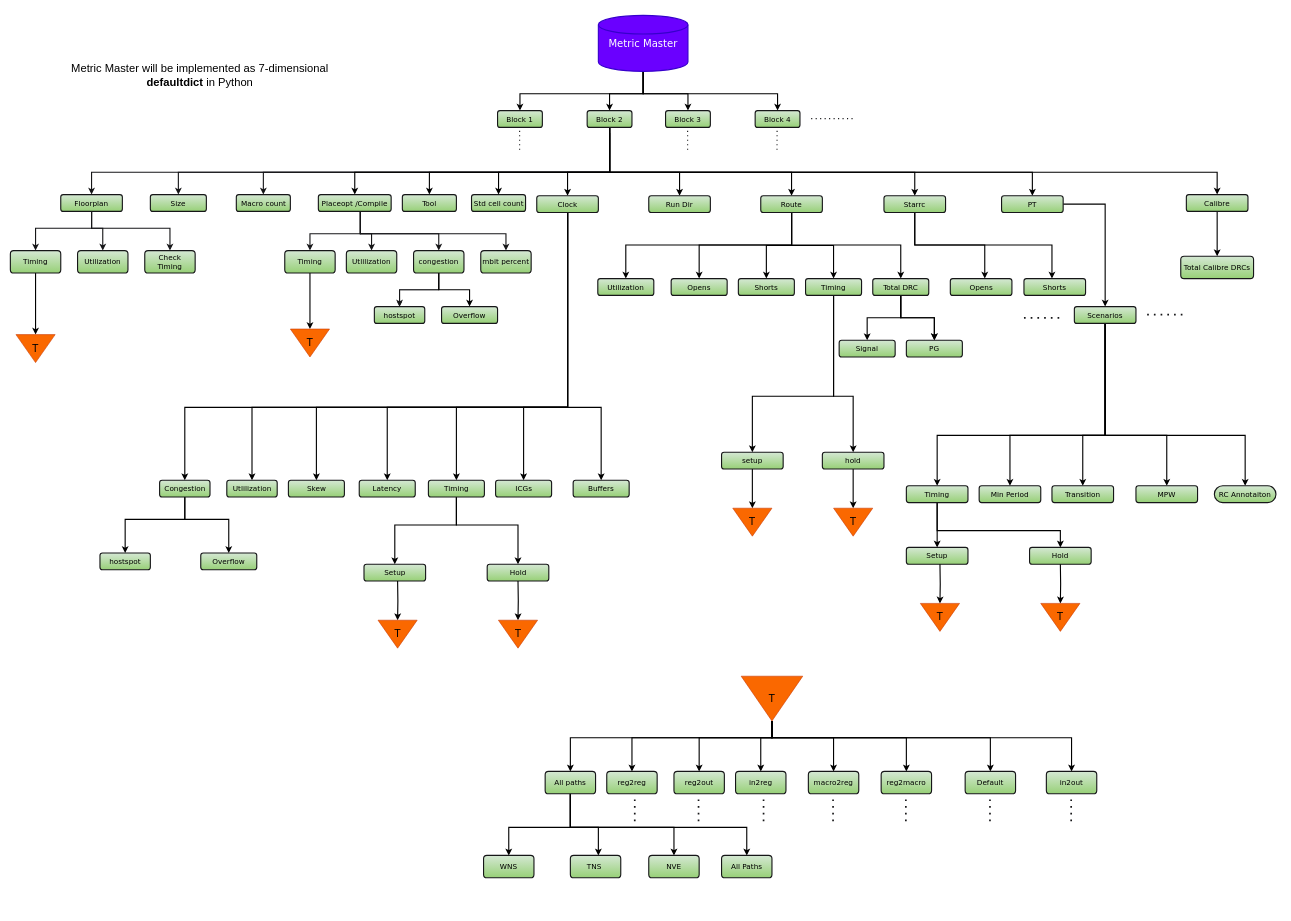
The draw.io diagram metric_mater_ER.drawio in Jairamh/hello-world, before the edit. Source tidied: cells renumbered, new cells numbered last; positions are measured from the earlier drawing's top-left corner, leaving out a move shared by most shapes. Both pictures are drawn from the tidied source at 56%, with x=0, y=0 at pixel (10, 15).
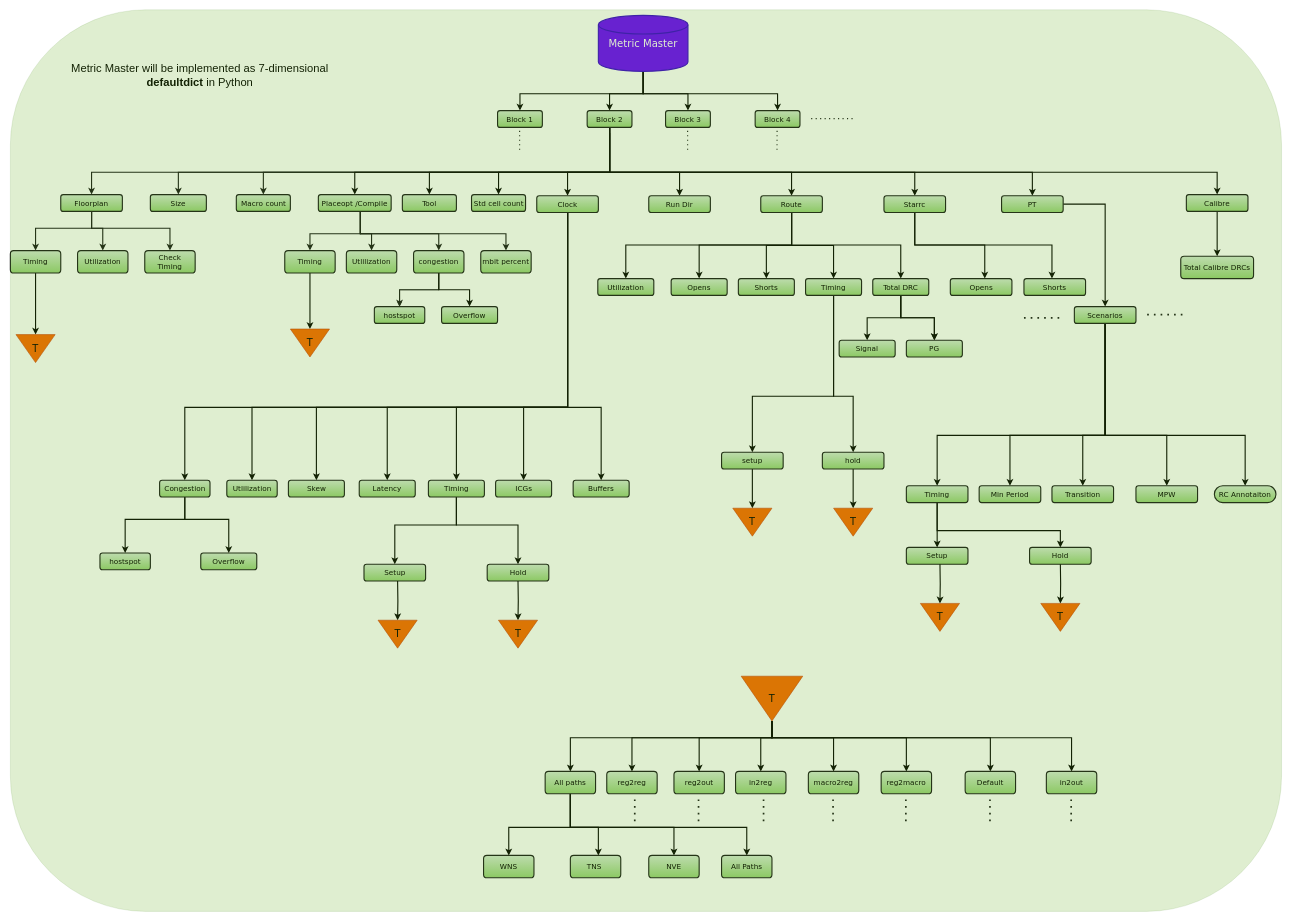
After the change.

The edit, as a diff of the source:
```diff
@@
+    <mxCell id="173" style="rounded=1;whiteSpace=wrap;html=1;fillColor=#60a917;fontColor=#ffffff;strokeColor=#2D7600;opacity=20;" parent="1" vertex="1">
+      <mxGeometry y="-10" width="2270" height="1610" as="geometry" />
+    </mxCell>
```
